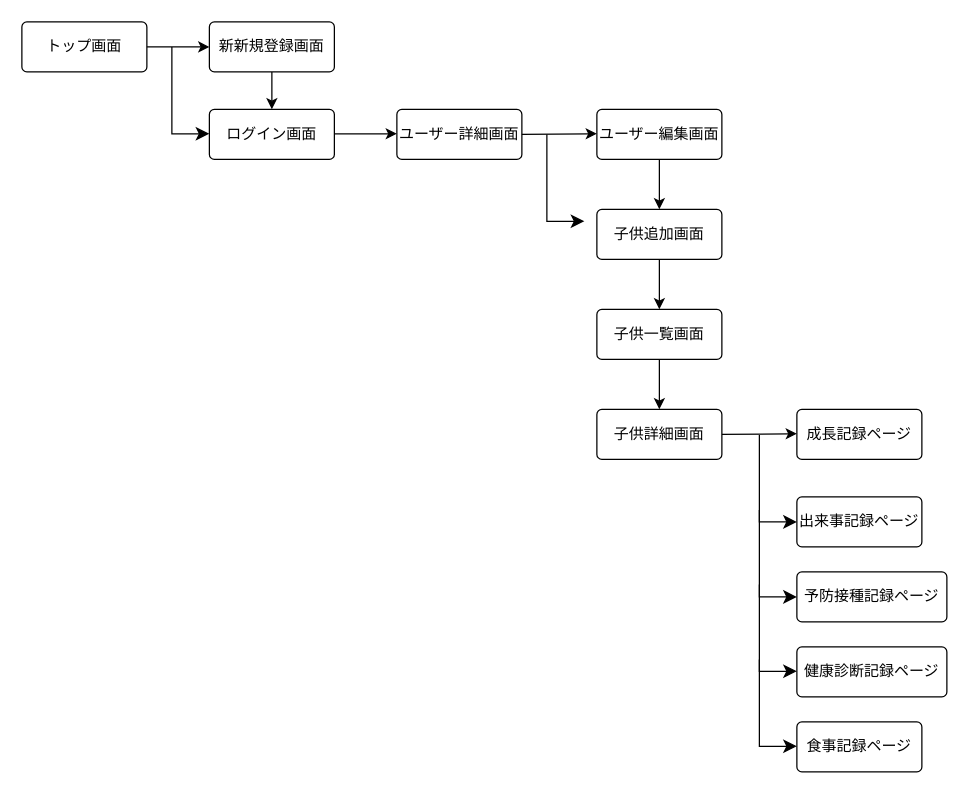
Above: oyako-life2.dio in tetsupon/oyako-life (draw.io), before the change. Source tidied: cells renumbered, new cells numbered last; positions are measured from the earlier drawing's top-left corner, leaving out a move shared by most shapes. Both pictures are drawn from the tidied source at 125%, with x=0, y=0 at pixel (21, 21).
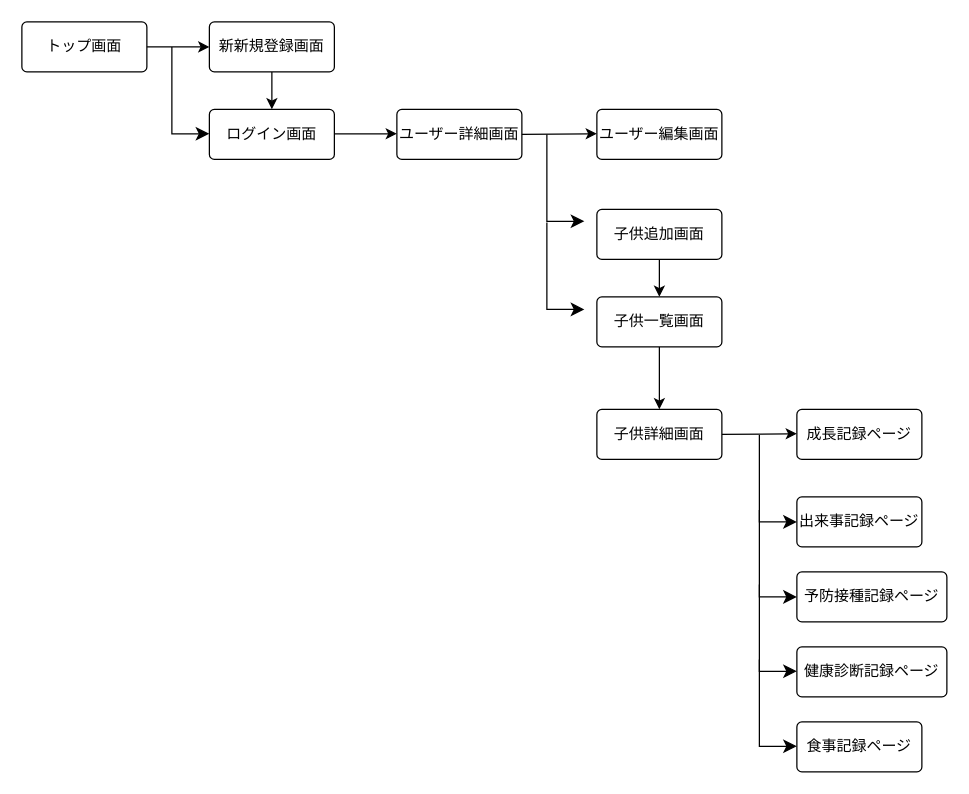
The same page after the edit.

Commit message:
遷移図の修正

Unchanged cells that the change refers to:
```xml
<mxCell id="7" value="ユーザー編集画面" style="rounded=1;arcSize=10;whiteSpace=wrap;html=1;align=center;" parent="1" vertex="1">
  <mxGeometry x="460" y="70" width="100" height="40" as="geometry" />
</mxCell>
<mxCell id="17" value="子供追加画面" style="rounded=1;arcSize=10;whiteSpace=wrap;html=1;align=center;" parent="1" vertex="1">
  <mxGeometry x="460" y="150" width="100" height="40" as="geometry" />
</mxCell>
```

Diff of the diagram source:
```diff
@@
-    <mxCell id="18" style="endArrow=classic;html=1;entryX=0.5;entryY=0;entryDx=0;entryDy=0;exitX=0.5;exitY=1;exitDx=0;exitDy=0;" parent="1" edge="1" source="7" target="17">
-      <mxGeometry relative="1" as="geometry" />
-    </mxCell>
@@
     <mxCell id="21" style="endArrow=classic;html=1;exitX=0.5;exitY=1;exitDx=0;exitDy=0;" parent="1" edge="1" source="17">
       <mxGeometry relative="1" as="geometry">
-        <mxPoint x="510" y="230" as="targetPoint" />
+        <mxPoint x="510" y="220" as="targetPoint" />
       </mxGeometry>
     </mxCell>
     <mxCell id="22" value="子供一覧画面" style="rounded=1;arcSize=10;whiteSpace=wrap;html=1;align=center;" parent="1" vertex="1">
-      <mxGeometry x="460" y="230" width="100" height="40" as="geometry" />
+      <mxGeometry x="460" y="220" width="100" height="40" as="geometry" />
     </mxCell>
@@
+    <mxCell id="29" style="edgeStyle=segmentEdgeStyle;endArrow=classic;html=1;curved=0;rounded=0;endSize=8;startSize=8;" parent="1" edge="1">
+      <mxGeometry relative="1" as="geometry">
+        <mxPoint x="420" y="160.5" as="sourcePoint" />
+        <mxPoint x="450" y="230" as="targetPoint" />
+        <Array as="points">
+          <mxPoint x="420" y="180.5" />
+          <mxPoint x="420" y="230.5" />
+        </Array>
+      </mxGeometry>
+    </mxCell>
```
